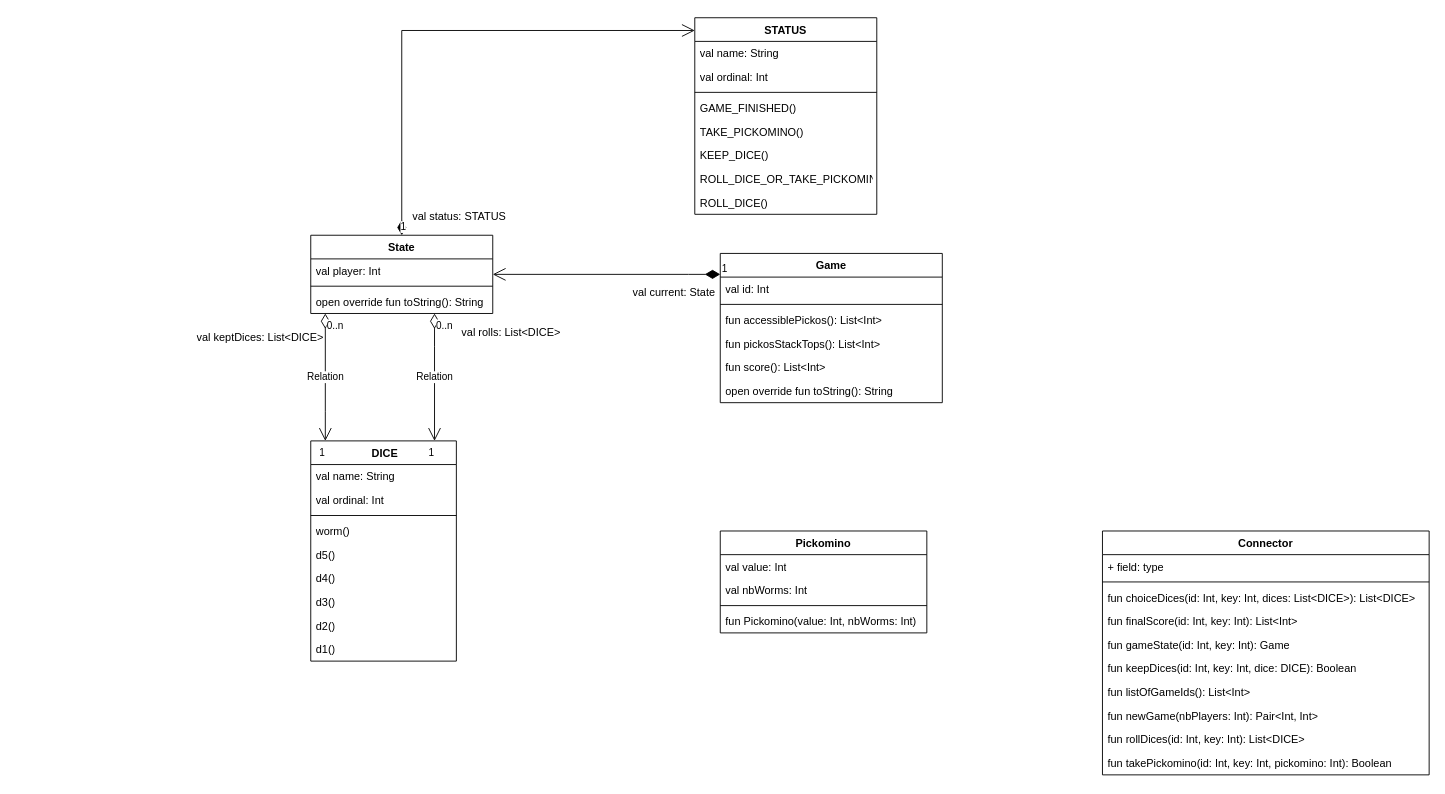
Earlier version of the draw.io diagram schema/UML.drawio (ClovisLeport/pickomino-network-game). Source tidied: cells renumbered, new cells numbered last; positions are measured from the earlier drawing's top-left corner, leaving out a move shared by most shapes. Both pictures are drawn from the tidied source at 91%, with x=0, y=0 at pixel (191, 17).
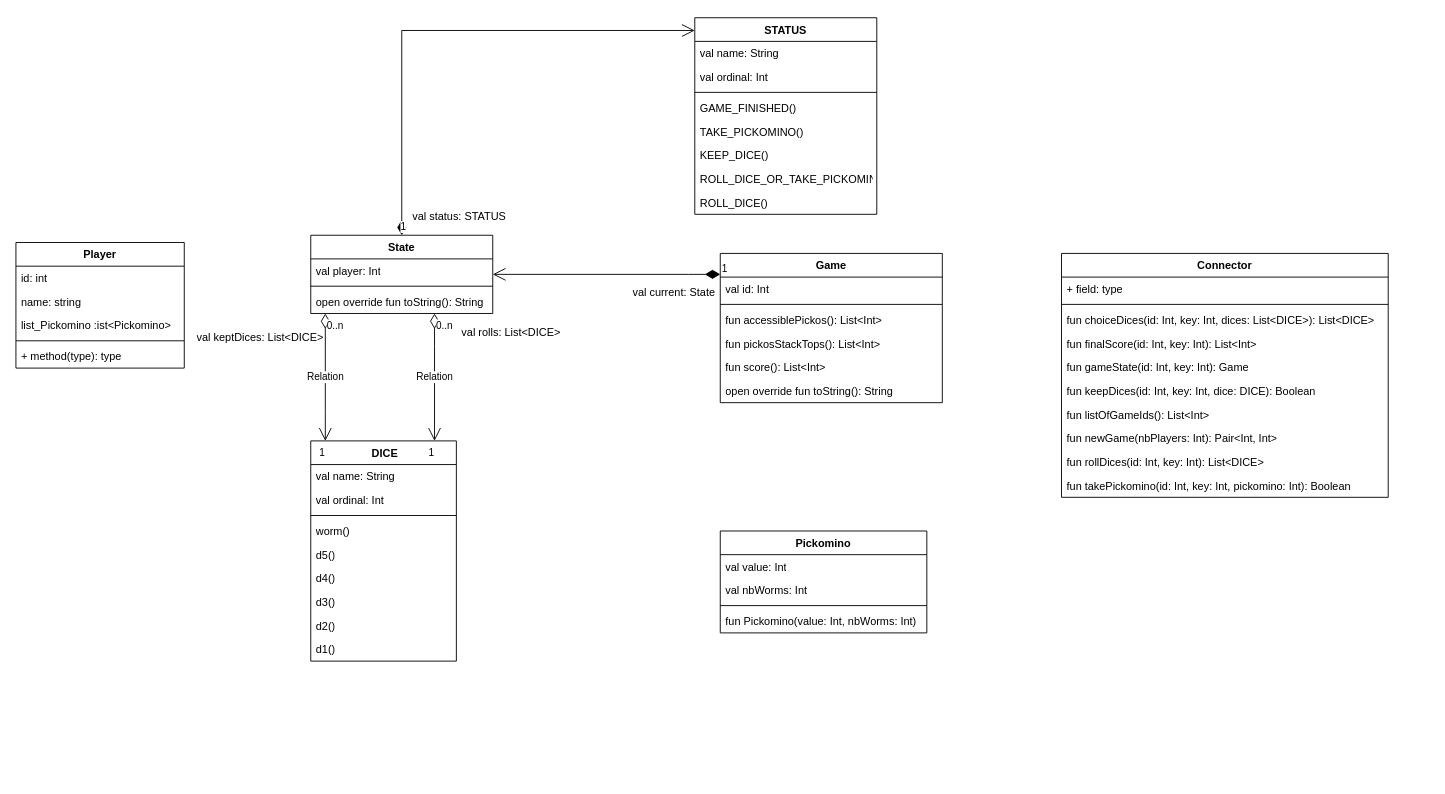
The same diagram, later.

Diff of the diagram source:
```diff
@@
     <mxCell id="9" value="Connector" style="swimlane;fontStyle=1;align=center;verticalAlign=top;horizontal=1;startSize=26;whiteSpace=wrap;html=1;" parent="1" vertex="1">
-      <mxGeometry x="1001" y="564" width="359" height="268" as="geometry" />
+      <mxGeometry x="956" y="259" width="359" height="268" as="geometry" />
     </mxCell>
@@
+    <mxCell id="60" value="Player" style="swimlane;fontStyle=1;align=center;verticalAlign=top;horizontal=1;startSize=26;whiteSpace=wrap;html=1;" parent="1" vertex="1">
+      <mxGeometry x="-193" y="247" width="185" height="138" as="geometry" />
+    </mxCell>
+    <mxCell id="61" value="id: int" style="text;strokeColor=none;fillColor=none;align=left;verticalAlign=top;spacingLeft=4;spacingRight=4;overflow=hidden;whiteSpace=wrap;html=1;" parent="60" vertex="1">
+      <mxGeometry y="26" width="185" height="26" as="geometry" />
+    </mxCell>
+    <mxCell id="62" value="name: string" style="text;strokeColor=none;fillColor=none;align=left;verticalAlign=top;spacingLeft=4;spacingRight=4;overflow=hidden;whiteSpace=wrap;html=1;" parent="60" vertex="1">
+      <mxGeometry y="52" width="185" height="26" as="geometry" />
+    </mxCell>
+    <mxCell id="63" value="list_Pickomino :ist&amp;lt;Pickomino&amp;gt;" style="text;strokeColor=none;fillColor=none;align=left;verticalAlign=top;spacingLeft=4;spacingRight=4;overflow=hidden;whiteSpace=wrap;html=1;" parent="60" vertex="1">
+      <mxGeometry y="78" width="185" height="26" as="geometry" />
+    </mxCell>
+    <mxCell id="64" style="line;strokeWidth=1;fillColor=none;align=left;verticalAlign=middle;spacingTop=-1;spacingLeft=3;spacingRight=3;labelPosition=right;strokeColor=inherit;" parent="60" vertex="1">
+      <mxGeometry y="104" width="185" height="8" as="geometry" />
+    </mxCell>
+    <mxCell id="65" value="+ method(type): type" style="text;strokeColor=none;fillColor=none;align=left;verticalAlign=top;spacingLeft=4;spacingRight=4;overflow=hidden;whiteSpace=wrap;html=1;" parent="60" vertex="1">
+      <mxGeometry y="112" width="185" height="26" as="geometry" />
+    </mxCell>
```
